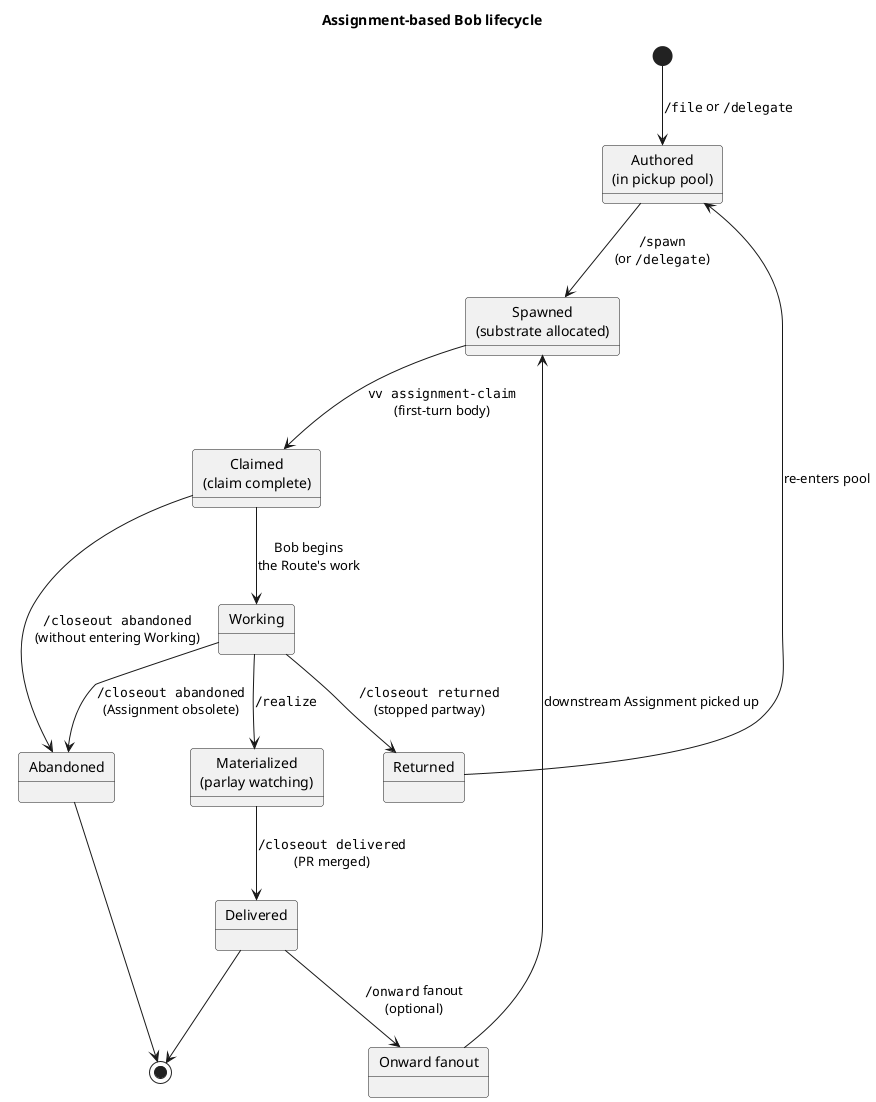
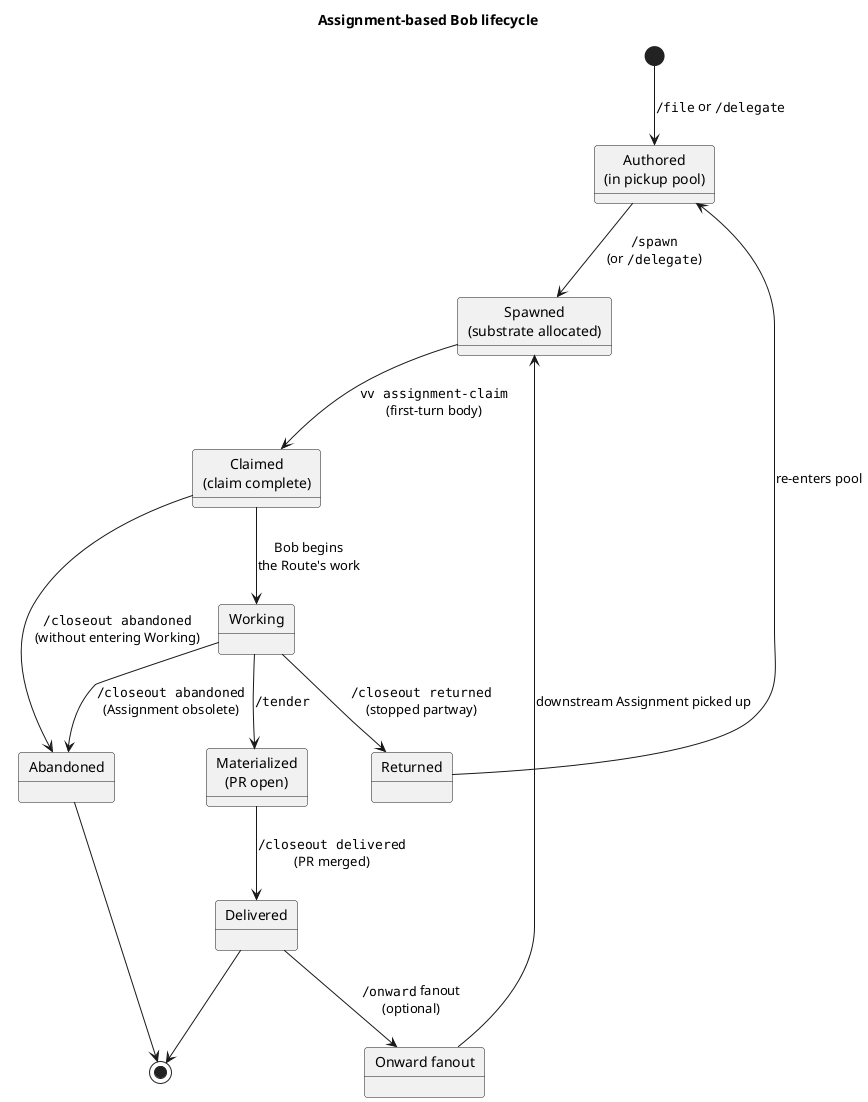
@startuml assignment-bob-lifecycle

' The lifecycle of an Assignment-based Bob, from authoring through to
' termination. Domain-level: stages are named in framework vocabulary,
' edges in skill verbs. Substrate details (worktrees, panes, launcher
' files) and tracker mechanics (custom fields, link types) are out of
' scope. Closed states are terminal except Returned, which re-enters the
' pickup pool, and Delivered, which may fan out via /onward.

title Assignment-based Bob lifecycle

skinparam shadowing false
skinparam roundCorner 6
skinparam defaultFontName sans-serif

state "Authored\n(in pickup pool)"      as authored
state "Spawned\n(substrate allocated)"  as spawned
state "Claimed\n(claim complete)"       as claimed
state "Working"                         as working
- state "Materialized\n(parlay watching)" as materialized
+ state "Materialized\n(PR open)"         as materialized
state "Delivered"                       as delivered <<terminal>>
state "Returned"                        as returned  <<terminal>>
state "Abandoned"                       as abandoned <<terminal>>
state "Onward fanout"                   as onward

[*]          --> authored     : ""/file"" or ""/delegate""
authored     --> spawned      : ""/spawn""\n(or ""/delegate"")
spawned      --> claimed      : ""vv assignment-claim""\n(first-turn body)
claimed      --> working      : Bob begins\nthe Route's work
- working      --> materialized : ""/realize""
+ working      --> materialized : ""/tender""
materialized --> delivered    : ""/closeout delivered""\n(PR merged)
working      --> returned     : ""/closeout returned""\n(stopped partway)
working      --> abandoned    : ""/closeout abandoned""\n(Assignment obsolete)
claimed      --> abandoned    : ""/closeout abandoned""\n(without entering Working)
delivered    --> onward       : ""/onward"" fanout\n(optional)

returned     --> authored     : re-enters pool
onward       --> spawned      : downstream Assignment picked up

abandoned    --> [*]
delivered    --> [*]

@enduml
